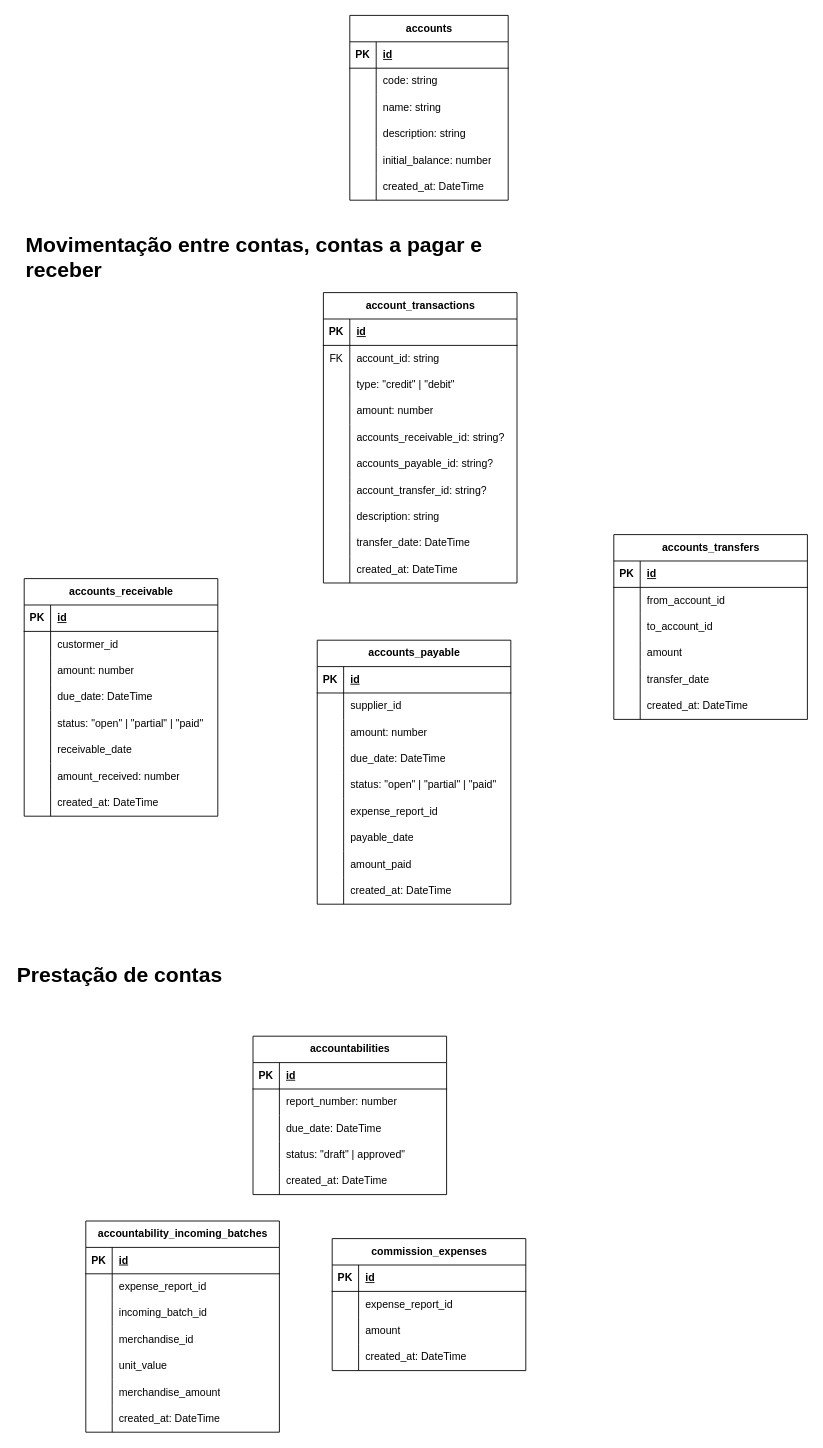
The draw.io diagram Maanain-Roles.drawio in eldoncosta1/diagrams, before the edit. Source tidied: cells renumbered, new cells numbered last; positions are measured from the earlier drawing's top-left corner, leaving out a move shared by most shapes. Both pictures are drawn from the tidied source at 88%, with x=0, y=0 at pixel (15, 15).
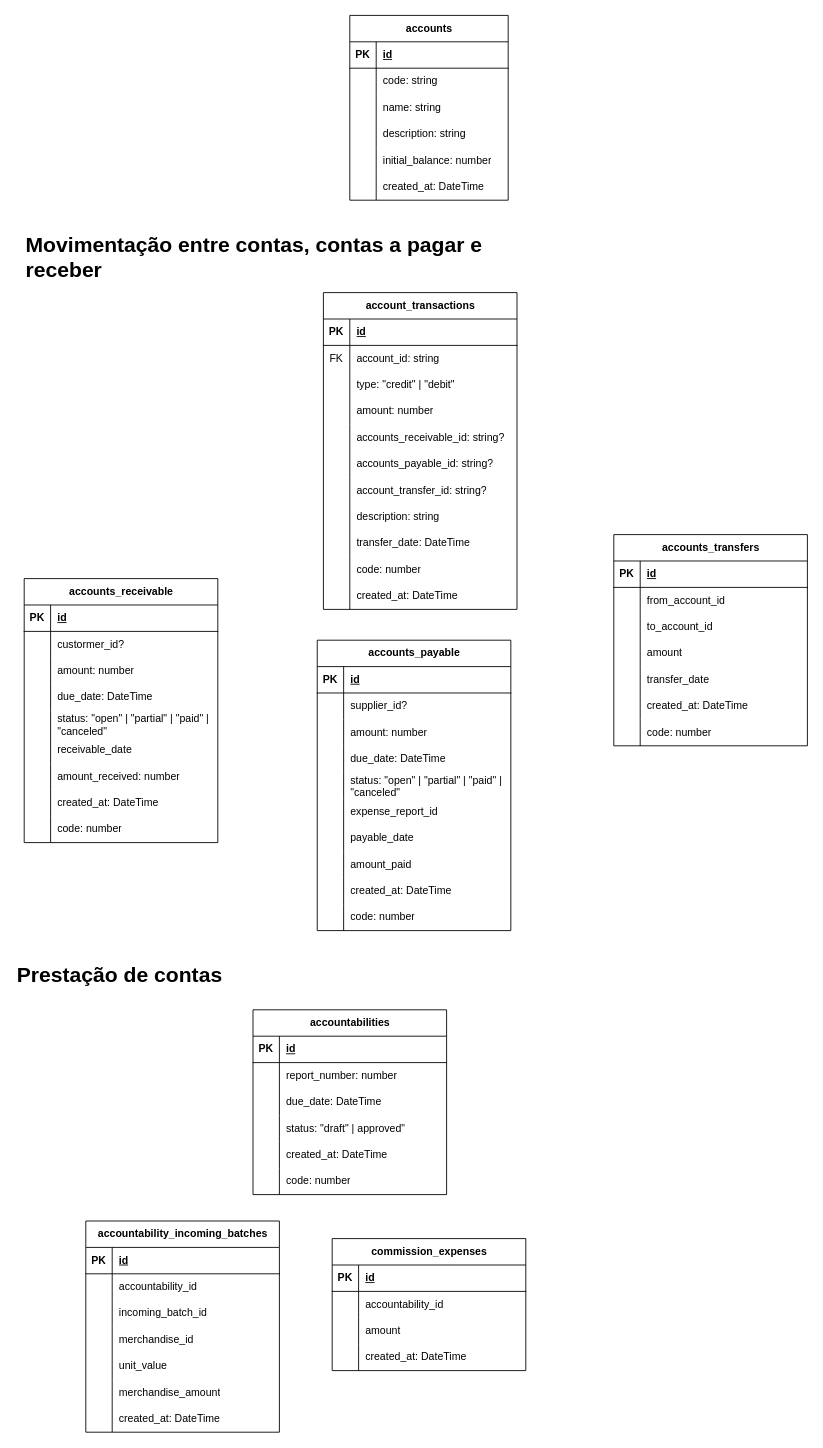
The same diagram, later.

The change refers to these unchanged cells:
```xml
<mxCell id="49" style="shape=tableRow;horizontal=0;startSize=0;swimlaneHead=0;swimlaneBody=0;fillColor=none;top=0;left=0;right=0;bottom=0;" parent="21" vertex="1">
  <mxGeometry y="300" width="220" height="30" as="geometry" />
</mxCell>
<mxCell id="56" style="shape=tableRow;horizontal=0;startSize=0;swimlaneHead=0;swimlaneBody=0;fillColor=none;top=0;left=0;right=0;bottom=0;" parent="52" vertex="1">
  <mxGeometry y="60" width="220" height="30" as="geometry" />
</mxCell>
<mxCell id="65" style="shape=tableRow;horizontal=0;startSize=0;swimlaneHead=0;swimlaneBody=0;fillColor=none;top=0;left=0;right=0;bottom=0;" parent="52" vertex="1">
  <mxGeometry y="150" width="220" height="30" as="geometry" />
</mxCell>
<mxCell id="81" style="shape=tableRow;horizontal=0;startSize=0;swimlaneHead=0;swimlaneBody=0;fillColor=none;top=0;left=0;right=0;bottom=0;" parent="77" vertex="1">
  <mxGeometry y="60" width="220" height="30" as="geometry" />
</mxCell>
<mxCell id="90" style="shape=tableRow;horizontal=0;startSize=0;swimlaneHead=0;swimlaneBody=0;fillColor=none;top=0;left=0;right=0;bottom=0;" parent="77" vertex="1">
  <mxGeometry y="150" width="220" height="30" as="geometry" />
</mxCell>
<mxCell id="144" style="shape=tableRow;horizontal=0;startSize=0;swimlaneHead=0;swimlaneBody=0;fillColor=none;top=0;left=0;right=0;bottom=0;" parent="140" vertex="1">
  <mxGeometry y="60" width="220" height="30" as="geometry" />
</mxCell>
<mxCell id="166" style="shape=tableRow;horizontal=0;startSize=0;swimlaneHead=0;swimlaneBody=0;fillColor=none;top=0;left=0;right=0;bottom=0;" parent="162" vertex="1">
  <mxGeometry y="60" width="220" height="30" as="geometry" />
</mxCell>
```

Diff of the diagram source:
```diff
@@
     <mxCell id="21" value="account_transactions" style="shape=table;startSize=30;childLayout=tableLayout;rowLines=0;fontStyle=1;align=center;html=1;" parent="1" vertex="1">
-      <mxGeometry x="350" y="315" width="220" height="330" as="geometry" />
+      <mxGeometry x="350" y="315" width="220" height="360" as="geometry" />
     </mxCell>
@@
-    <mxCell id="51" value="created_at: DateTime" style="shape=partialRectangle;fillColor=none;top=0;left=0;bottom=0;right=0;align=left;spacingLeft=6;overflow=hidden;whiteSpace=wrap;html=1;" parent="49" vertex="1">
+    <mxCell id="51" value="code: number" style="shape=partialRectangle;fillColor=none;top=0;left=0;bottom=0;right=0;align=left;spacingLeft=6;overflow=hidden;whiteSpace=wrap;html=1;" parent="49" vertex="1">
       <mxGeometry x="30" width="190" height="30" as="geometry" />
     </mxCell>
+    <mxCell id="177" style="shape=tableRow;horizontal=0;startSize=0;swimlaneHead=0;swimlaneBody=0;fillColor=none;top=0;left=0;right=0;bottom=0;" parent="21" vertex="1">
+      <mxGeometry y="330" width="220" height="30" as="geometry" />
+    </mxCell>
+    <mxCell id="178" style="shape=partialRectangle;fillColor=none;top=0;left=0;bottom=0;right=0;overflow=hidden;whiteSpace=wrap;html=1;" parent="177" vertex="1">
+      <mxGeometry width="30" height="30" as="geometry" />
+    </mxCell>
+    <mxCell id="179" value="created_at: DateTime" style="shape=partialRectangle;fillColor=none;top=0;left=0;bottom=0;right=0;align=left;spacingLeft=6;overflow=hidden;whiteSpace=wrap;html=1;" parent="177" vertex="1">
+      <mxGeometry x="30" width="190" height="30" as="geometry" />
+    </mxCell>
     <mxCell id="52" value="accounts_receivable" style="shape=table;startSize=30;childLayout=tableLayout;rowLines=0;fontStyle=1;align=center;html=1;" parent="1" vertex="1">
-      <mxGeometry x="10" y="640" width="220" height="270" as="geometry" />
+      <mxGeometry x="10" y="640" width="220" height="300" as="geometry" />
     </mxCell>
@@
-    <mxCell id="58" value="custormer_id" style="shape=partialRectangle;fillColor=none;top=0;left=0;bottom=0;right=0;align=left;spacingLeft=6;overflow=hidden;whiteSpace=wrap;html=1;" parent="56" vertex="1">
+    <mxCell id="58" value="custormer_id?" style="shape=partialRectangle;fillColor=none;top=0;left=0;bottom=0;right=0;align=left;spacingLeft=6;overflow=hidden;whiteSpace=wrap;html=1;" parent="56" vertex="1">
       <mxGeometry x="30" width="190" height="30" as="geometry" />
     </mxCell>
@@
-    <mxCell id="67" value="status: &quot;open&quot; | &quot;partial&quot; | &quot;paid&quot;" style="shape=partialRectangle;fillColor=none;top=0;left=0;bottom=0;right=0;align=left;spacingLeft=6;overflow=hidden;whiteSpace=wrap;html=1;" parent="65" vertex="1">
+    <mxCell id="67" value="status: &quot;open&quot; | &quot;partial&quot; | &quot;paid&quot; | &quot;canceled&quot;" style="shape=partialRectangle;fillColor=none;top=0;left=0;bottom=0;right=0;align=left;spacingLeft=6;overflow=hidden;whiteSpace=wrap;html=1;" parent="65" vertex="1">
       <mxGeometry x="30" width="190" height="30" as="geometry" />
     </mxCell>
@@
+    <mxCell id="180" style="shape=tableRow;horizontal=0;startSize=0;swimlaneHead=0;swimlaneBody=0;fillColor=none;top=0;left=0;right=0;bottom=0;" parent="52" vertex="1">
+      <mxGeometry y="270" width="220" height="30" as="geometry" />
+    </mxCell>
+    <mxCell id="181" style="shape=partialRectangle;fillColor=none;top=0;left=0;bottom=0;right=0;overflow=hidden;whiteSpace=wrap;html=1;" parent="180" vertex="1">
+      <mxGeometry width="30" height="30" as="geometry" />
+    </mxCell>
+    <mxCell id="182" value="code: number" style="shape=partialRectangle;fillColor=none;top=0;left=0;bottom=0;right=0;align=left;spacingLeft=6;overflow=hidden;whiteSpace=wrap;html=1;" parent="180" vertex="1">
+      <mxGeometry x="30" width="190" height="30" as="geometry" />
+    </mxCell>
     <mxCell id="77" value="accounts_payable" style="shape=table;startSize=30;childLayout=tableLayout;rowLines=0;fontStyle=1;align=center;html=1;" parent="1" vertex="1">
-      <mxGeometry x="343" y="710" width="220" height="300" as="geometry" />
+      <mxGeometry x="343" y="710" width="220" height="330" as="geometry" />
     </mxCell>
@@
-    <mxCell id="83" value="supplier_id" style="shape=partialRectangle;fillColor=none;top=0;left=0;bottom=0;right=0;align=left;spacingLeft=6;overflow=hidden;whiteSpace=wrap;html=1;" parent="81" vertex="1">
+    <mxCell id="83" value="supplier_id?" style="shape=partialRectangle;fillColor=none;top=0;left=0;bottom=0;right=0;align=left;spacingLeft=6;overflow=hidden;whiteSpace=wrap;html=1;" parent="81" vertex="1">
       <mxGeometry x="30" width="190" height="30" as="geometry" />
     </mxCell>
@@
-    <mxCell id="92" value="status: &quot;open&quot; | &quot;partial&quot; | &quot;paid&quot;" style="shape=partialRectangle;fillColor=none;top=0;left=0;bottom=0;right=0;align=left;spacingLeft=6;overflow=hidden;whiteSpace=wrap;html=1;" parent="90" vertex="1">
+    <mxCell id="92" value="status: &quot;open&quot; | &quot;partial&quot; | &quot;paid&quot; | &quot;canceled&quot;" style="shape=partialRectangle;fillColor=none;top=0;left=0;bottom=0;right=0;align=left;spacingLeft=6;overflow=hidden;whiteSpace=wrap;html=1;" parent="90" vertex="1">
       <mxGeometry x="30" width="190" height="30" as="geometry" />
     </mxCell>
@@
+    <mxCell id="183" style="shape=tableRow;horizontal=0;startSize=0;swimlaneHead=0;swimlaneBody=0;fillColor=none;top=0;left=0;right=0;bottom=0;" parent="77" vertex="1">
+      <mxGeometry y="300" width="220" height="30" as="geometry" />
+    </mxCell>
+    <mxCell id="184" style="shape=partialRectangle;fillColor=none;top=0;left=0;bottom=0;right=0;overflow=hidden;whiteSpace=wrap;html=1;" parent="183" vertex="1">
+      <mxGeometry width="30" height="30" as="geometry" />
+    </mxCell>
+    <mxCell id="185" value="code: number" style="shape=partialRectangle;fillColor=none;top=0;left=0;bottom=0;right=0;align=left;spacingLeft=6;overflow=hidden;whiteSpace=wrap;html=1;" parent="183" vertex="1">
+      <mxGeometry x="30" width="190" height="30" as="geometry" />
+    </mxCell>
     <mxCell id="105" value="accounts_transfers" style="shape=table;startSize=30;childLayout=tableLayout;rowLines=0;fontStyle=1;align=center;html=1;" parent="1" vertex="1">
-      <mxGeometry x="680" y="590" width="220" height="210" as="geometry" />
+      <mxGeometry x="680" y="590" width="220" height="240" as="geometry" />
     </mxCell>
@@
+    <mxCell id="186" style="shape=tableRow;horizontal=0;startSize=0;swimlaneHead=0;swimlaneBody=0;fillColor=none;top=0;left=0;right=0;bottom=0;" parent="105" vertex="1">
+      <mxGeometry y="210" width="220" height="30" as="geometry" />
+    </mxCell>
+    <mxCell id="187" style="shape=partialRectangle;fillColor=none;top=0;left=0;bottom=0;right=0;overflow=hidden;whiteSpace=wrap;html=1;" parent="186" vertex="1">
+      <mxGeometry width="30" height="30" as="geometry" />
+    </mxCell>
+    <mxCell id="188" value="code: number" style="shape=partialRectangle;fillColor=none;top=0;left=0;bottom=0;right=0;align=left;spacingLeft=6;overflow=hidden;whiteSpace=wrap;html=1;" parent="186" vertex="1">
+      <mxGeometry x="30" width="190" height="30" as="geometry" />
+    </mxCell>
     <mxCell id="124" value="accountabilities" style="shape=table;startSize=30;childLayout=tableLayout;rowLines=0;fontStyle=1;align=center;html=1;" parent="1" vertex="1">
-      <mxGeometry x="270" y="1160" width="220" height="180" as="geometry" />
+      <mxGeometry x="270" y="1130" width="220" height="210" as="geometry" />
     </mxCell>
@@
+    <mxCell id="189" style="shape=tableRow;horizontal=0;startSize=0;swimlaneHead=0;swimlaneBody=0;fillColor=none;top=0;left=0;right=0;bottom=0;" parent="124" vertex="1">
+      <mxGeometry y="180" width="220" height="30" as="geometry" />
+    </mxCell>
+    <mxCell id="190" style="shape=partialRectangle;fillColor=none;top=0;left=0;bottom=0;right=0;overflow=hidden;whiteSpace=wrap;html=1;" parent="189" vertex="1">
+      <mxGeometry width="30" height="30" as="geometry" />
+    </mxCell>
+    <mxCell id="191" value="code: number" style="shape=partialRectangle;fillColor=none;top=0;left=0;bottom=0;right=0;align=left;spacingLeft=6;overflow=hidden;whiteSpace=wrap;html=1;" parent="189" vertex="1">
+      <mxGeometry x="30" width="190" height="30" as="geometry" />
+    </mxCell>
@@
-    <mxCell id="146" value="expense_report_id" style="shape=partialRectangle;fillColor=none;top=0;left=0;bottom=0;right=0;align=left;spacingLeft=6;overflow=hidden;whiteSpace=wrap;html=1;" parent="144" vertex="1">
+    <mxCell id="146" value="accountability_id" style="shape=partialRectangle;fillColor=none;top=0;left=0;bottom=0;right=0;align=left;spacingLeft=6;overflow=hidden;whiteSpace=wrap;html=1;" parent="144" vertex="1">
       <mxGeometry x="30" width="190" height="30" as="geometry" />
     </mxCell>
@@
-    <mxCell id="168" value="expense_report_id" style="shape=partialRectangle;fillColor=none;top=0;left=0;bottom=0;right=0;align=left;spacingLeft=6;overflow=hidden;whiteSpace=wrap;html=1;" parent="166" vertex="1">
+    <mxCell id="168" value="accountability_id" style="shape=partialRectangle;fillColor=none;top=0;left=0;bottom=0;right=0;align=left;spacingLeft=6;overflow=hidden;whiteSpace=wrap;html=1;" parent="166" vertex="1">
       <mxGeometry x="30" width="190" height="30" as="geometry" />
     </mxCell>
```
